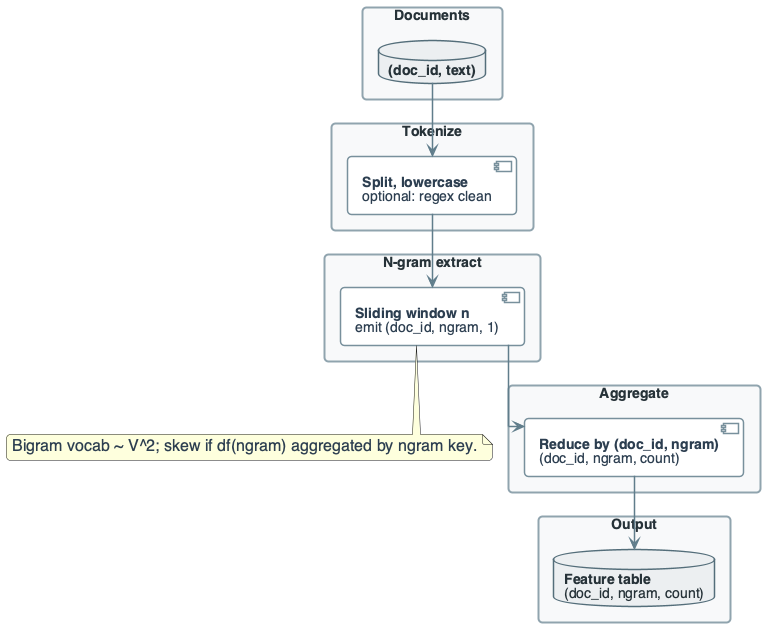
This is diagrams/week9/week9_practice_slide22_ngram_pipeline_reasoning.png from OrPerets/data-engineering-course, a PlantUML export, as it was before one commit.
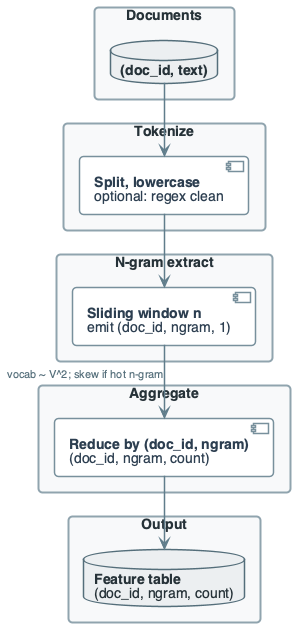
After the change.

Change to the diagram source:
```diff
@@ -140,9 +140,7 @@
 
 DOCS --> TOK
 TOK --> NGRAM
-NGRAM --> AGG
+NGRAM --> AGG : "vocab ~ V^2; skew if hot n-gram"
 AGG --> OUT
 
-note bottom of NGRAM : Bigram vocab ~ V^2; skew if df(ngram) aggregated by ngram key.
-
 @enduml
```
